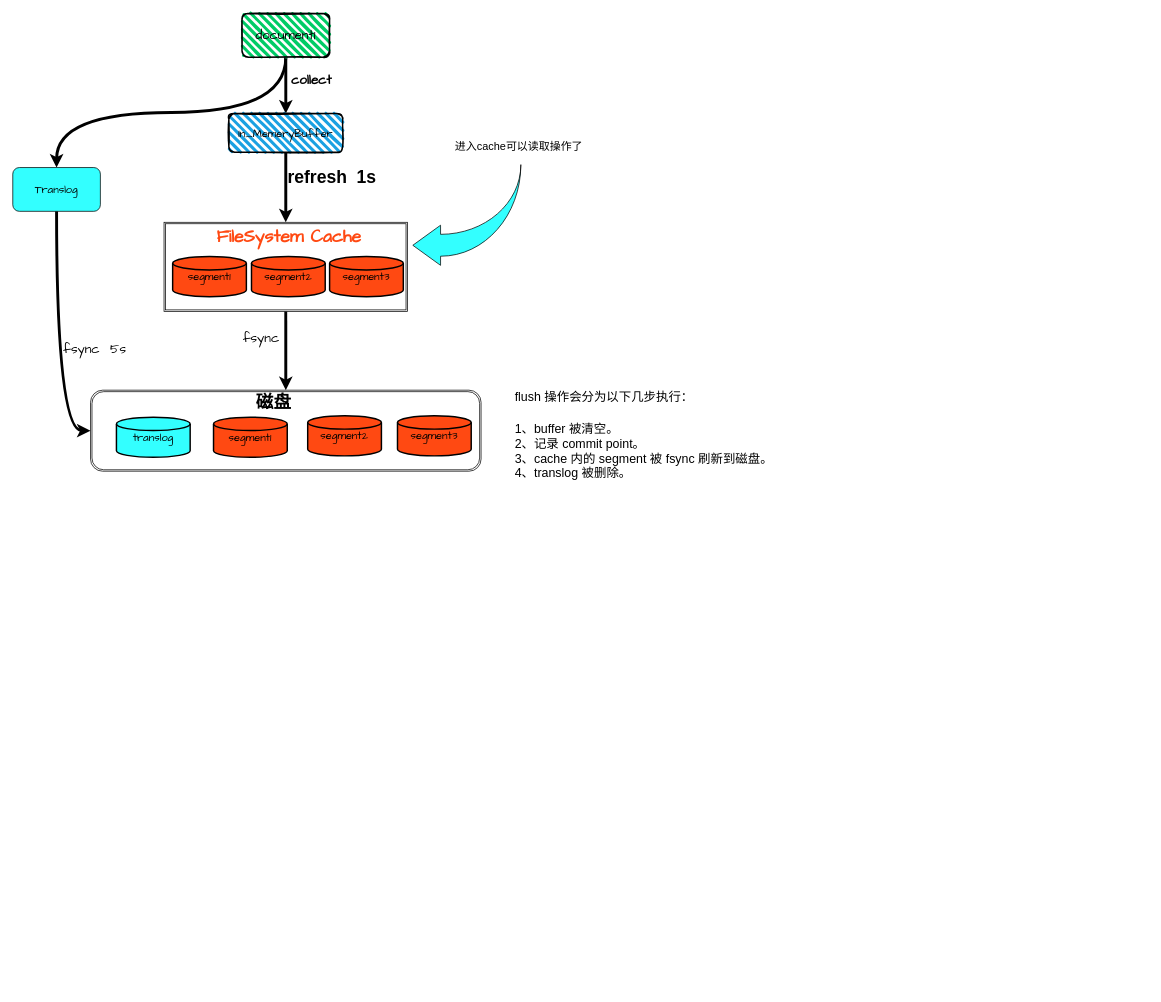
This is es.drawio from gosaintmrc/image, a draw.io file, before an edit. Source tidied: cells renumbered, new cells numbered last; positions are measured from the earlier drawing's top-left corner, leaving out a move shared by most shapes. Both pictures are drawn from the tidied source at 73%, with x=0, y=0 at pixel (12, 13).
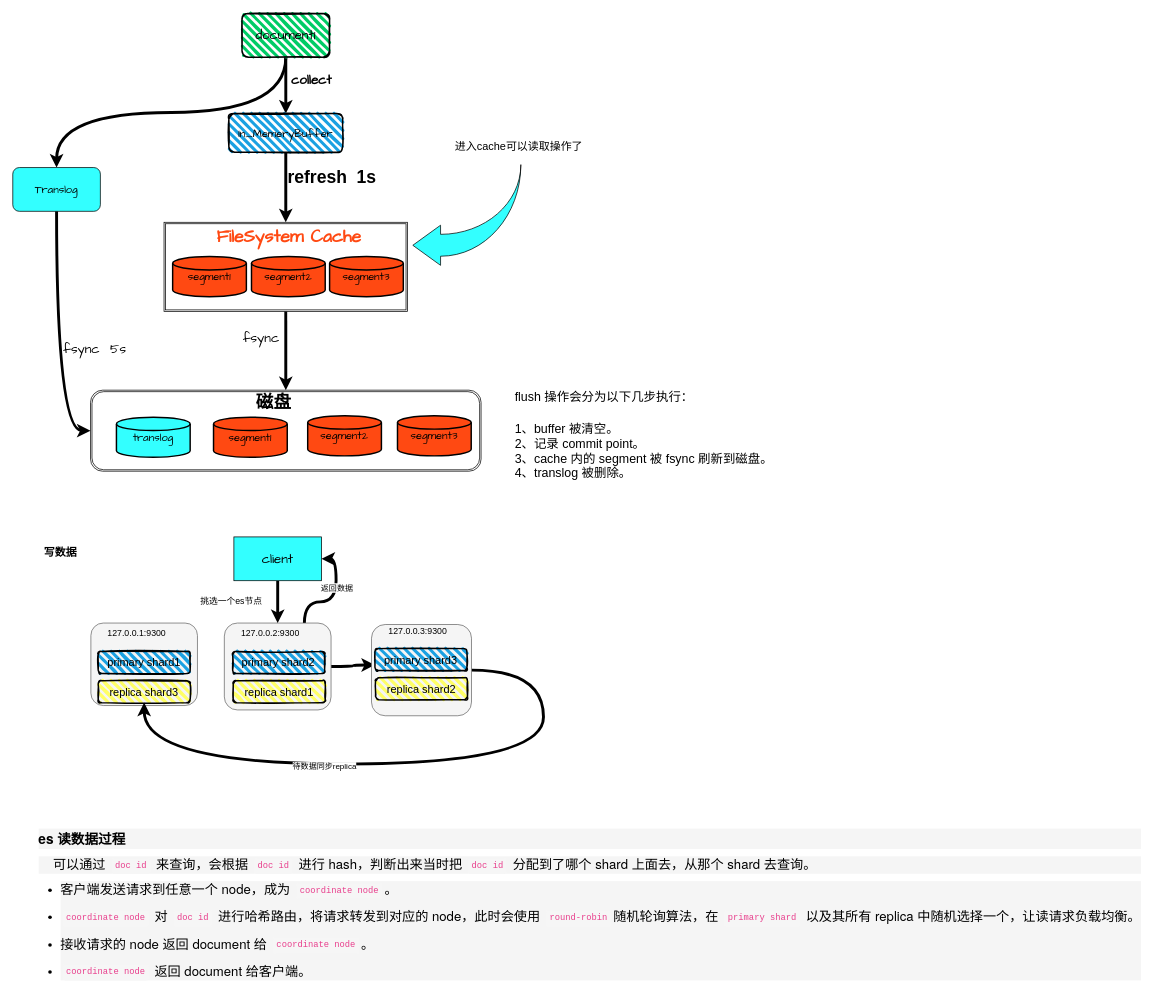
After the change.

Diff of the diagram source:
```diff
@@
+    <mxCell id="28" value="&lt;font style=&quot;font-size: 15px&quot;&gt;&lt;b&gt;写数据&lt;/b&gt;&lt;/font&gt;" style="text;html=1;strokeColor=none;fillColor=none;align=center;verticalAlign=middle;whiteSpace=wrap;rounded=0;" parent="1" vertex="1">
+      <mxGeometry x="20" y="722" width="91" height="32" as="geometry" />
+    </mxCell>
+    <mxCell id="29" style="rounded=1;whiteSpace=wrap;html=1;strokeColor=#666666;strokeWidth=1;fillColor=#f5f5f5;fontColor=#333333;" parent="1" vertex="1">
+      <mxGeometry x="107" y="835" width="146" height="113" as="geometry" />
+    </mxCell>
+    <mxCell id="30" style="edgeStyle=orthogonalEdgeStyle;curved=1;rounded=0;jettySize=auto;html=1;exitX=1;exitY=0.5;exitDx=0;exitDy=0;entryX=0;entryY=0.75;entryDx=0;entryDy=0;strokeWidth=4;" parent="1" edge="1" source="33" target="47">
+      <mxGeometry relative="1" as="geometry" />
+    </mxCell>
+    <mxCell id="31" style="edgeStyle=orthogonalEdgeStyle;curved=1;rounded=0;jettySize=auto;html=1;exitX=0.75;exitY=0;exitDx=0;exitDy=0;entryX=1;entryY=0.5;entryDx=0;entryDy=0;strokeWidth=4;" parent="1" edge="1" source="33" target="38">
+      <mxGeometry relative="1" as="geometry" />
+    </mxCell>
+    <mxCell id="32" value="返回数据" style="edgeLabel;html=1;align=center;verticalAlign=middle;" parent="31" vertex="1">
+      <mxGeometry x="0.22" y="-1" relative="1" as="geometry" />
+    </mxCell>
+    <mxCell id="33" style="rounded=1;whiteSpace=wrap;html=1;strokeColor=#666666;strokeWidth=1;fillColor=#f5f5f5;fontColor=#333333;" parent="1" vertex="1">
+      <mxGeometry x="289.8" y="835" width="146.2" height="119" as="geometry" />
+    </mxCell>
+    <mxCell id="34" style="edgeStyle=orthogonalEdgeStyle;curved=1;rounded=0;jettySize=auto;html=1;exitX=1;exitY=0.5;exitDx=0;exitDy=0;entryX=0.5;entryY=1;entryDx=0;entryDy=0;strokeWidth=4;" parent="1" edge="1" source="36" target="44">
+      <mxGeometry relative="1" as="geometry">
+        <Array as="points">
+          <mxPoint x="727" y="900" />
+          <mxPoint x="727" y="1028" />
+          <mxPoint x="180" y="1028" />
+        </Array>
+      </mxGeometry>
+    </mxCell>
+    <mxCell id="35" value="待数据同步replica" style="edgeLabel;html=1;align=center;verticalAlign=middle;" parent="34" vertex="1">
+      <mxGeometry x="0.23" y="3" relative="1" as="geometry" />
+    </mxCell>
+    <mxCell id="36" style="rounded=1;whiteSpace=wrap;html=1;strokeColor=#666666;strokeWidth=1;fillColor=#f5f5f5;fontColor=#333333;" parent="1" vertex="1">
+      <mxGeometry x="491.4" y="837" width="137" height="125" as="geometry" />
+    </mxCell>
+    <mxCell id="37" style="edgeStyle=orthogonalEdgeStyle;curved=1;rounded=0;jettySize=auto;html=1;exitX=0.5;exitY=1;exitDx=0;exitDy=0;strokeWidth=4;" parent="1" edge="1" source="38" target="33">
+      <mxGeometry relative="1" as="geometry" />
+    </mxCell>
+    <mxCell id="38" value="&lt;font style=&quot;font-size: 18px&quot; face=&quot;Comic Sans MS&quot;&gt;client&lt;/font&gt;" style="rounded=0;whiteSpace=wrap;html=1;strokeColor=#000000;strokeWidth=1;fillColor=#33FFFF;" parent="1" vertex="1">
+      <mxGeometry x="302.9" y="717" width="120" height="60" as="geometry" />
+    </mxCell>
+    <mxCell id="39" value="挑选一个es节点" style="text;html=1;strokeColor=none;fillColor=none;align=center;verticalAlign=middle;whiteSpace=wrap;rounded=0;" parent="1" vertex="1">
+      <mxGeometry x="243" y="797" width="113" height="18" as="geometry" />
+    </mxCell>
+    <mxCell id="40" value="127.0.0.1:9300" style="text;html=1;strokeColor=none;fillColor=none;align=center;verticalAlign=middle;whiteSpace=wrap;rounded=0;" parent="1" vertex="1">
+      <mxGeometry x="150" y="839" width="40" height="20" as="geometry" />
+    </mxCell>
+    <mxCell id="41" value="127.0.0.3:9300" style="text;html=1;strokeColor=none;fillColor=none;align=center;verticalAlign=middle;whiteSpace=wrap;rounded=0;" parent="1" vertex="1">
+      <mxGeometry x="535" y="837" width="40" height="20" as="geometry" />
+    </mxCell>
+    <mxCell id="42" value="127.0.0.2:9300" style="text;html=1;strokeColor=none;fillColor=none;align=center;verticalAlign=middle;whiteSpace=wrap;rounded=0;" parent="1" vertex="1">
+      <mxGeometry x="333" y="839" width="40" height="20" as="geometry" />
+    </mxCell>
+    <mxCell id="43" value="&lt;font style=&quot;font-size: 15px&quot;&gt;primary shard1&lt;/font&gt;" style="rounded=1;whiteSpace=wrap;html=1;strokeWidth=2;fillWeight=4;hachureGap=8;hachureAngle=45;fillColor=#1ba1e2;sketch=1;" parent="1" vertex="1">
+      <mxGeometry x="117" y="874" width="126" height="30" as="geometry" />
+    </mxCell>
+    <mxCell id="44" value="&lt;font style=&quot;font-size: 15px&quot;&gt;replica shard3&lt;/font&gt;" style="rounded=1;whiteSpace=wrap;html=1;strokeWidth=2;fillWeight=4;hachureGap=8;hachureAngle=45;sketch=1;fillColor=#FFFF66;" parent="1" vertex="1">
+      <mxGeometry x="117" y="914" width="126" height="30" as="geometry" />
+    </mxCell>
+    <mxCell id="45" value="&lt;font style=&quot;font-size: 15px&quot;&gt;primary shard2&lt;/font&gt;" style="rounded=1;whiteSpace=wrap;html=1;strokeWidth=2;fillWeight=4;hachureGap=8;hachureAngle=45;fillColor=#1ba1e2;sketch=1;" parent="1" vertex="1">
+      <mxGeometry x="301.2" y="874" width="126" height="30" as="geometry" />
+    </mxCell>
+    <mxCell id="46" value="&lt;font style=&quot;font-size: 15px&quot;&gt;replica shard1&lt;/font&gt;" style="rounded=1;whiteSpace=wrap;html=1;strokeWidth=2;fillWeight=4;hachureGap=8;hachureAngle=45;sketch=1;fillColor=#FFFF66;" parent="1" vertex="1">
+      <mxGeometry x="302" y="914" width="126" height="30" as="geometry" />
+    </mxCell>
+    <mxCell id="47" value="&lt;font style=&quot;font-size: 15px&quot;&gt;primary shard3&lt;/font&gt;" style="rounded=1;whiteSpace=wrap;html=1;strokeWidth=2;fillWeight=4;hachureGap=8;hachureAngle=45;fillColor=#1ba1e2;sketch=1;" parent="1" vertex="1">
+      <mxGeometry x="496.1" y="870" width="126" height="30" as="geometry" />
+    </mxCell>
+    <mxCell id="48" value="&lt;font style=&quot;font-size: 15px&quot;&gt;replica shard2&lt;/font&gt;" style="rounded=1;whiteSpace=wrap;html=1;strokeWidth=2;fillWeight=4;hachureGap=8;hachureAngle=45;sketch=1;fillColor=#FFFF66;" parent="1" vertex="1">
+      <mxGeometry x="496.9" y="910" width="126" height="30" as="geometry" />
+    </mxCell>
+    <mxCell id="49" value="&lt;h3 style=&quot;margin: 10px 0px ; padding: 0px ; font-size: 16px ; line-height: 1.5 ; font-family: &amp;#34;pingfang sc&amp;#34; , &amp;#34;microsoft yahei&amp;#34; , &amp;#34;helvetica neue&amp;#34; , &amp;#34;helvetica&amp;#34; , &amp;#34;arial&amp;#34; , sans-serif ; text-align: left ; background-color: rgb(245 , 245 , 245)&quot;&gt;&lt;span style=&quot;margin: 0px ; padding: 0px ; font-size: 14pt&quot;&gt;es 读数据过程&lt;/span&gt;&lt;/h3&gt;&lt;p style=&quot;margin: 10px auto ; padding: 0px ; font-family: &amp;#34;pingfang sc&amp;#34; , &amp;#34;microsoft yahei&amp;#34; , &amp;#34;helvetica neue&amp;#34; , &amp;#34;helvetica&amp;#34; , &amp;#34;arial&amp;#34; , sans-serif ; font-size: 13px ; text-align: left ; background-color: rgb(245 , 245 , 245)&quot;&gt;&lt;strong style=&quot;margin: 0px ; padding: 0px&quot;&gt;&lt;span style=&quot;margin: 0px ; padding: 0px ; font-size: 18px&quot;&gt;&amp;nbsp; &amp;nbsp;&lt;/span&gt;&lt;/strong&gt;&lt;span style=&quot;margin: 0px ; padding: 0px ; font-size: 18px&quot;&gt;&amp;nbsp;可以通过&amp;nbsp;&lt;/span&gt;&lt;span style=&quot;margin: 0px ; padding: 0px ; font-size: 18px&quot;&gt;&lt;code style=&quot;margin: 0px 3px ; padding: 0px 5px ; font-family: &amp;#34;courier new&amp;#34; , sans-serif ; font-size: 12px ; line-height: 1.8 ; display: inline-block ; overflow-x: auto ; vertical-align: middle ; border-radius: 3px ; background-color: rgb(246 , 246 , 246) ; color: rgb(232 , 62 , 140)&quot;&gt;doc id&lt;/code&gt;&amp;nbsp;来查询，会根据&amp;nbsp;&lt;code style=&quot;margin: 0px 3px ; padding: 0px 5px ; font-family: &amp;#34;courier new&amp;#34; , sans-serif ; font-size: 12px ; line-height: 1.8 ; display: inline-block ; overflow-x: auto ; vertical-align: middle ; border-radius: 3px ; background-color: rgb(246 , 246 , 246) ; color: rgb(232 , 62 , 140)&quot;&gt;doc id&lt;/code&gt;&amp;nbsp;进行 hash，判断出来当时把&amp;nbsp;&lt;code style=&quot;margin: 0px 3px ; padding: 0px 5px ; font-family: &amp;#34;courier new&amp;#34; , sans-serif ; font-size: 12px ; line-height: 1.8 ; display: inline-block ; overflow-x: auto ; vertical-align: middle ; border-radius: 3px ; background-color: rgb(246 , 246 , 246) ; color: rgb(232 , 62 , 140)&quot;&gt;doc id&lt;/code&gt;&amp;nbsp;分配到了哪个 shard 上面去，从那个 shard 去查询。&lt;/span&gt;&lt;/p&gt;&lt;ul style=&quot;margin: 0px 0px 0px 30px ; padding: 0px ; word-break: break-all ; font-family: &amp;#34;pingfang sc&amp;#34; , &amp;#34;microsoft yahei&amp;#34; , &amp;#34;helvetica neue&amp;#34; , &amp;#34;helvetica&amp;#34; , &amp;#34;arial&amp;#34; , sans-serif ; font-size: 13px ; text-align: left ; background-color: rgb(245 , 245 , 245)&quot;&gt;&lt;li style=&quot;margin: 0px 0px 1em ; padding: 0px ; list-style: disc&quot;&gt;&lt;span style=&quot;margin: 0px ; padding: 0px ; font-size: 18px&quot;&gt;客户端发送请求到任意一个 node，成为&amp;nbsp;&lt;code style=&quot;margin: 0px 3px ; padding: 0px 5px ; font-family: &amp;#34;courier new&amp;#34; , sans-serif ; font-size: 12px ; line-height: 1.8 ; display: inline-block ; overflow-x: auto ; vertical-align: middle ; border-radius: 3px ; background-color: rgb(246 , 246 , 246) ; color: rgb(232 , 62 , 140)&quot;&gt;coordinate node&lt;/code&gt;。&lt;/span&gt;&lt;/li&gt;&lt;li style=&quot;margin: 0px 0px 1em ; padding: 0px ; list-style: disc&quot;&gt;&lt;span style=&quot;margin: 0px ; padding: 0px ; font-size: 18px&quot;&gt;&lt;code style=&quot;margin: 0px 3px ; padding: 0px 5px ; font-family: &amp;#34;courier new&amp;#34; , sans-serif ; font-size: 12px ; line-height: 1.8 ; display: inline-block ; overflow-x: auto ; vertical-align: middle ; border-radius: 3px ; background-color: rgb(246 , 246 , 246) ; color: rgb(232 , 62 , 140)&quot;&gt;coordinate node&lt;/code&gt;&amp;nbsp;对&amp;nbsp;&lt;code style=&quot;margin: 0px 3px ; padding: 0px 5px ; font-family: &amp;#34;courier new&amp;#34; , sans-serif ; font-size: 12px ; line-height: 1.8 ; display: inline-block ; overflow-x: auto ; vertical-align: middle ; border-radius: 3px ; background-color: rgb(246 , 246 , 246) ; color: rgb(232 , 62 , 140)&quot;&gt;doc id&lt;/code&gt;&amp;nbsp;进行哈希路由，将请求转发到对应的 node，此时会使用&amp;nbsp;&lt;code style=&quot;margin: 0px 3px ; padding: 0px 5px ; font-family: &amp;#34;courier new&amp;#34; , sans-serif ; font-size: 12px ; line-height: 1.8 ; display: inline-block ; overflow-x: auto ; vertical-align: middle ; border-radius: 3px ; background-color: rgb(246 , 246 , 246) ; color: rgb(232 , 62 , 140)&quot;&gt;round-robin&lt;/code&gt;随机轮询算法，在&amp;nbsp;&lt;code style=&quot;margin: 0px 3px ; padding: 0px 5px ; font-family: &amp;#34;courier new&amp;#34; , sans-serif ; font-size: 12px ; line-height: 1.8 ; display: inline-block ; overflow-x: auto ; vertical-align: middle ; border-radius: 3px ; background-color: rgb(246 , 246 , 246) ; color: rgb(232 , 62 , 140)&quot;&gt;primary shard&lt;/code&gt;&amp;nbsp;以及其所有 replica 中随机选择一个，让读请求负载均衡。&lt;/span&gt;&lt;/li&gt;&lt;li style=&quot;margin: 0px 0px 1em ; padding: 0px ; list-style: disc&quot;&gt;&lt;span style=&quot;margin: 0px ; padding: 0px ; font-size: 18px&quot;&gt;接收请求的 node 返回 document 给&amp;nbsp;&lt;code style=&quot;margin: 0px 3px ; padding: 0px 5px ; font-family: &amp;#34;courier new&amp;#34; , sans-serif ; font-size: 12px ; line-height: 1.8 ; display: inline-block ; overflow-x: auto ; vertical-align: middle ; border-radius: 3px ; background-color: rgb(246 , 246 , 246) ; color: rgb(232 , 62 , 140)&quot;&gt;coordinate node&lt;/code&gt;。&lt;/span&gt;&lt;/li&gt;&lt;li style=&quot;margin: 0px 0px 1em ; padding: 0px ; list-style: disc&quot;&gt;&lt;span style=&quot;margin: 0px ; padding: 0px ; font-size: 18px&quot;&gt;&lt;code style=&quot;margin: 0px 3px ; padding: 0px 5px ; font-family: &amp;#34;courier new&amp;#34; , sans-serif ; font-size: 12px ; line-height: 1.8 ; display: inline-block ; overflow-x: auto ; vertical-align: middle ; border-radius: 3px ; background-color: rgb(246 , 246 , 246) ; color: rgb(232 , 62 , 140)&quot;&gt;coordinate node&lt;/code&gt;&amp;nbsp;返回 document 给客户端。&lt;/span&gt;&lt;/li&gt;&lt;/ul&gt;" style="text;html=1;align=center;verticalAlign=middle;strokeColor=none;" parent="1" vertex="1">
+      <mxGeometry x="24" y="1111" width="1532" height="222" as="geometry" />
+    </mxCell>
```
